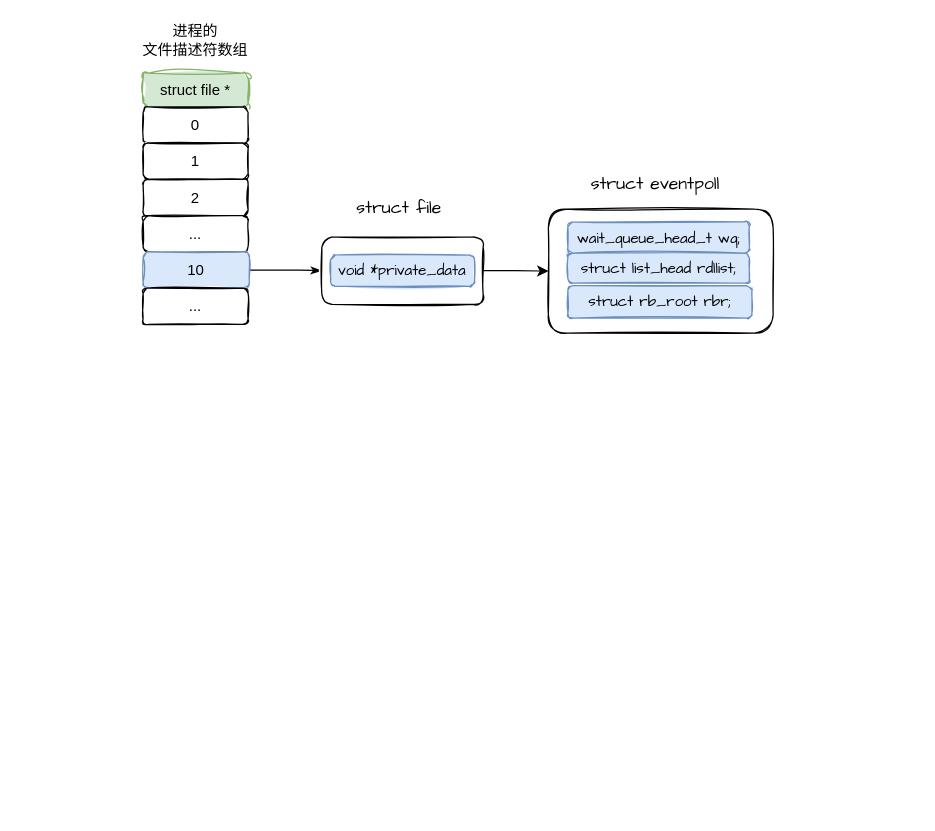
Earlier version of the draw.io diagram epoll.drawio (Fireplusplus/img). Source tidied: cells renumbered, new cells numbered last; positions are measured from the earlier drawing's top-left corner, leaving out a move shared by most shapes. Both pictures are drawn from the tidied source at 125%, with x=0, y=0 at pixel (131, 21).
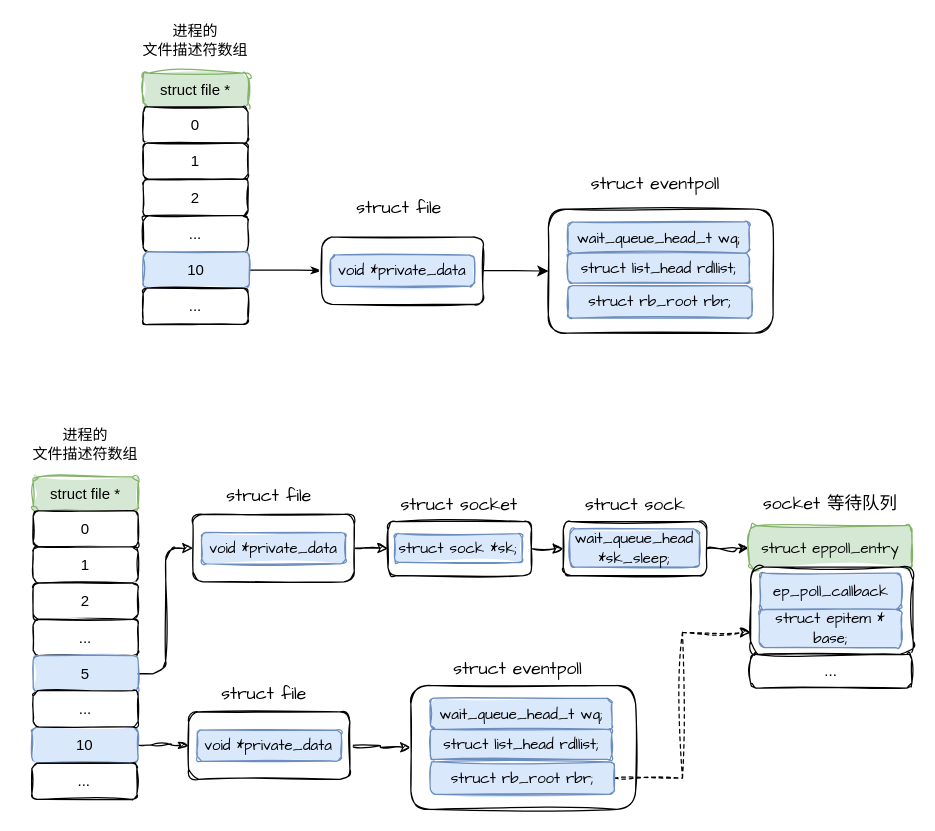
Above is the later version.

Change to the diagram source:
```diff
@@
+    <mxCell id="20" value="struct file *" style="rounded=1;whiteSpace=wrap;html=1;strokeWidth=1;fillWeight=4;hachureGap=8;hachureAngle=45;fillColor=#d5e8d4;strokeColor=#82b366;shadow=0;textShadow=0;sketch=1;curveFitting=1;jiggle=2;glass=0;fillStyle=solid;" parent="1" vertex="1">
+      <mxGeometry x="-79" y="364" width="84" height="28" as="geometry" />
+    </mxCell>
+    <mxCell id="21" value="0" style="rounded=1;whiteSpace=wrap;html=1;strokeWidth=1;fillWeight=4;hachureGap=8;hachureAngle=45;sketch=1;" parent="1" vertex="1">
+      <mxGeometry x="-79" y="391" width="84" height="29" as="geometry" />
+    </mxCell>
+    <mxCell id="22" value="1" style="rounded=1;whiteSpace=wrap;html=1;strokeWidth=1;fillWeight=4;hachureGap=8;hachureAngle=45;sketch=1;" parent="1" vertex="1">
+      <mxGeometry x="-79" y="420" width="84" height="29" as="geometry" />
+    </mxCell>
+    <mxCell id="23" value="2" style="rounded=1;whiteSpace=wrap;html=1;strokeWidth=1;fillWeight=4;hachureGap=8;hachureAngle=45;sketch=1;" parent="1" vertex="1">
+      <mxGeometry x="-79" y="449" width="84" height="29" as="geometry" />
+    </mxCell>
+    <mxCell id="24" value="..." style="rounded=1;whiteSpace=wrap;html=1;strokeWidth=1;fillWeight=4;hachureGap=8;hachureAngle=45;sketch=1;" parent="1" vertex="1">
+      <mxGeometry x="-79" y="478" width="84" height="29" as="geometry" />
+    </mxCell>
+    <mxCell id="25" style="edgeStyle=orthogonalEdgeStyle;rounded=1;jettySize=auto;html=1;exitX=1;exitY=0.5;exitDx=0;exitDy=0;entryX=0;entryY=0.5;entryDx=0;entryDy=0;endArrow=classicThin;endFill=1;curved=0;sketch=1;curveFitting=1;jiggle=2;" parent="1" edge="1" source="26" target="30">
+      <mxGeometry relative="1" as="geometry" />
+    </mxCell>
+    <mxCell id="26" value="10" style="rounded=1;whiteSpace=wrap;html=1;strokeWidth=1;fillWeight=4;hachureGap=8;hachureAngle=45;sketch=1;fillColor=#dae8fc;strokeColor=#6c8ebf;fillStyle=solid;" parent="1" vertex="1">
+      <mxGeometry x="-80" y="564" width="85" height="29" as="geometry" />
+    </mxCell>
+    <mxCell id="27" value="..." style="rounded=1;whiteSpace=wrap;html=1;strokeWidth=1;fillWeight=4;hachureGap=8;hachureAngle=45;sketch=1;" parent="1" vertex="1">
+      <mxGeometry x="-80" y="593" width="84" height="29" as="geometry" />
+    </mxCell>
+    <mxCell id="28" value="进程的&lt;div&gt;文件描述符数组&lt;/div&gt;" style="text;html=1;align=center;verticalAlign=middle;whiteSpace=wrap;rounded=0;" parent="1" vertex="1">
+      <mxGeometry x="-88" y="323" width="102" height="29" as="geometry" />
+    </mxCell>
+    <mxCell id="29" style="edgeStyle=orthogonalEdgeStyle;rounded=0;jettySize=auto;html=1;entryX=0;entryY=0.5;entryDx=0;entryDy=0;sketch=1;curveFitting=1;jiggle=2;" parent="1" edge="1" source="30" target="33">
+      <mxGeometry relative="1" as="geometry" />
+    </mxCell>
+    <mxCell id="30" style="rounded=1;whiteSpace=wrap;html=1;strokeWidth=1;fillWeight=4;hachureGap=8;hachureAngle=45;sketch=1;fillStyle=solid;" parent="1" vertex="1">
+      <mxGeometry x="45.4" y="552" width="129" height="54" as="geometry" />
+    </mxCell>
+    <mxCell id="31" value="&lt;font style=&quot;font-size: 14px;&quot; face=&quot;Comic Sans MS&quot;&gt;struct file&lt;/font&gt;" style="text;html=1;align=center;verticalAlign=middle;whiteSpace=wrap;rounded=0;" parent="1" vertex="1">
+      <mxGeometry x="55.4" y="523" width="102" height="29" as="geometry" />
+    </mxCell>
+    <mxCell id="32" value="&lt;font face=&quot;Comic Sans MS&quot;&gt;void *private_data&lt;/font&gt;" style="rounded=1;whiteSpace=wrap;html=1;strokeWidth=1;fillWeight=4;hachureGap=8;hachureAngle=45;sketch=1;fillColor=#dae8fc;strokeColor=#6c8ebf;fillStyle=solid;" parent="1" vertex="1">
+      <mxGeometry x="52.3" y="566.5" width="115.2" height="25" as="geometry" />
+    </mxCell>
+    <mxCell id="33" style="rounded=1;whiteSpace=wrap;html=1;strokeWidth=1;fillWeight=4;hachureGap=8;hachureAngle=45;sketch=1;fillStyle=solid;" parent="1" vertex="1">
+      <mxGeometry x="223.2" y="530.8" width="179.8" height="99.2" as="geometry" />
+    </mxCell>
+    <mxCell id="34" value="&lt;font style=&quot;font-size: 14px;&quot; face=&quot;Comic Sans MS&quot;&gt;struct eventpoll&lt;/font&gt;" style="text;html=1;align=center;verticalAlign=middle;whiteSpace=wrap;rounded=0;" parent="1" vertex="1">
+      <mxGeometry x="226" y="504.8" width="165.8" height="26" as="geometry" />
+    </mxCell>
+    <mxCell id="35" style="edgeStyle=orthogonalEdgeStyle;rounded=0;jettySize=auto;html=1;exitX=1;exitY=0.5;exitDx=0;exitDy=0;entryX=0;entryY=0.75;entryDx=0;entryDy=0;dashed=1;sketch=1;curveFitting=1;jiggle=2;" parent="1" edge="1" source="36" target="56">
+      <mxGeometry relative="1" as="geometry" />
+    </mxCell>
+    <mxCell id="36" value="&lt;font face=&quot;Comic Sans MS&quot;&gt;struct rb_root rbr;&lt;/font&gt;" style="rounded=1;whiteSpace=wrap;html=1;strokeWidth=1;fillWeight=4;hachureGap=8;hachureAngle=45;sketch=1;fillColor=#dae8fc;strokeColor=#6c8ebf;fillStyle=solid;" parent="1" vertex="1">
+      <mxGeometry x="238.8" y="592" width="147.2" height="26" as="geometry" />
+    </mxCell>
+    <mxCell id="37" value="&lt;font face=&quot;Comic Sans MS&quot;&gt;struct list_head rdllist;&lt;/font&gt;" style="rounded=1;whiteSpace=wrap;html=1;strokeWidth=1;fillWeight=4;hachureGap=8;hachureAngle=45;sketch=1;fillColor=#dae8fc;strokeColor=#6c8ebf;fillStyle=solid;" parent="1" vertex="1">
+      <mxGeometry x="238.8" y="566" width="145.2" height="24" as="geometry" />
+    </mxCell>
+    <mxCell id="38" value="&lt;font face=&quot;Comic Sans MS&quot;&gt;wait_queue_head_t wq;&lt;/font&gt;" style="rounded=1;whiteSpace=wrap;html=1;strokeWidth=1;fillWeight=4;hachureGap=8;hachureAngle=45;sketch=1;fillColor=#dae8fc;strokeColor=#6c8ebf;fillStyle=solid;" parent="1" vertex="1">
+      <mxGeometry x="238.8" y="541" width="145.2" height="25" as="geometry" />
+    </mxCell>
+    <mxCell id="39" style="edgeStyle=orthogonalEdgeStyle;rounded=1;jettySize=auto;html=1;entryX=0;entryY=0.5;entryDx=0;entryDy=0;exitX=1;exitY=0.5;exitDx=0;exitDy=0;curved=0;sketch=1;curveFitting=1;jiggle=2;" parent="1" edge="1" source="40" target="43">
+      <mxGeometry relative="1" as="geometry" />
+    </mxCell>
+    <mxCell id="40" style="rounded=1;whiteSpace=wrap;html=1;strokeWidth=1;fillWeight=4;hachureGap=8;hachureAngle=45;sketch=1;fillStyle=solid;" parent="1" vertex="1">
+      <mxGeometry x="48.9" y="394" width="129" height="54" as="geometry" />
+    </mxCell>
+    <mxCell id="41" value="&lt;font style=&quot;font-size: 14px;&quot; face=&quot;Comic Sans MS&quot;&gt;struct file&lt;/font&gt;" style="text;html=1;align=center;verticalAlign=middle;whiteSpace=wrap;rounded=0;" parent="1" vertex="1">
+      <mxGeometry x="58.9" y="365" width="102" height="29" as="geometry" />
+    </mxCell>
+    <mxCell id="42" value="&lt;font face=&quot;Comic Sans MS&quot;&gt;void *private_data&lt;/font&gt;" style="rounded=1;whiteSpace=wrap;html=1;strokeWidth=1;fillWeight=4;hachureGap=8;hachureAngle=45;sketch=1;fillColor=#dae8fc;strokeColor=#6c8ebf;fillStyle=solid;" parent="1" vertex="1">
+      <mxGeometry x="55.8" y="408.5" width="115.2" height="25" as="geometry" />
+    </mxCell>
+    <mxCell id="43" style="rounded=1;whiteSpace=wrap;html=1;strokeWidth=1;fillWeight=4;hachureGap=8;hachureAngle=45;sketch=1;fillStyle=solid;" parent="1" vertex="1">
+      <mxGeometry x="204.9" y="399.8" width="114.8" height="43.2" as="geometry" />
+    </mxCell>
+    <mxCell id="44" value="&lt;font style=&quot;font-size: 14px;&quot; face=&quot;Comic Sans MS&quot;&gt;struct socket&lt;/font&gt;" style="text;html=1;align=center;verticalAlign=middle;whiteSpace=wrap;rounded=0;" parent="1" vertex="1">
+      <mxGeometry x="179.4" y="373.8" width="165.8" height="26" as="geometry" />
+    </mxCell>
+    <mxCell id="45" value="&lt;font face=&quot;Comic Sans MS&quot;&gt;struct sock *sk;&lt;/font&gt;" style="rounded=1;whiteSpace=wrap;html=1;strokeWidth=1;fillWeight=4;hachureGap=8;hachureAngle=45;sketch=1;fillColor=#dae8fc;strokeColor=#6c8ebf;fillStyle=solid;" parent="1" vertex="1">
+      <mxGeometry x="210.1" y="409.4" width="102.1" height="23" as="geometry" />
+    </mxCell>
+    <mxCell id="46" style="edgeStyle=orthogonalEdgeStyle;rounded=1;jettySize=auto;html=1;exitX=1;exitY=0.5;exitDx=0;exitDy=0;entryX=0;entryY=0.5;entryDx=0;entryDy=0;curved=0;sketch=1;curveFitting=1;jiggle=2;" parent="1" edge="1" source="47" target="40">
+      <mxGeometry relative="1" as="geometry" />
+    </mxCell>
+    <mxCell id="47" value="5" style="rounded=1;whiteSpace=wrap;html=1;strokeWidth=1;fillWeight=4;hachureGap=8;hachureAngle=45;sketch=1;fillColor=#dae8fc;strokeColor=#6c8ebf;fillStyle=solid;" parent="1" vertex="1">
+      <mxGeometry x="-79" y="507" width="84" height="29" as="geometry" />
+    </mxCell>
+    <mxCell id="48" value="..." style="rounded=1;whiteSpace=wrap;html=1;strokeWidth=1;fillWeight=4;hachureGap=8;hachureAngle=45;sketch=1;" parent="1" vertex="1">
+      <mxGeometry x="-79" y="535" width="84" height="29" as="geometry" />
+    </mxCell>
+    <mxCell id="49" style="edgeStyle=orthogonalEdgeStyle;rounded=1;jettySize=auto;html=1;entryX=0;entryY=0.5;entryDx=0;entryDy=0;exitX=1;exitY=0.5;exitDx=0;exitDy=0;curved=0;sketch=1;curveFitting=1;jiggle=2;" parent="1" edge="1" source="43" target="51">
+      <mxGeometry relative="1" as="geometry" />
+    </mxCell>
+    <mxCell id="50" style="edgeStyle=orthogonalEdgeStyle;rounded=1;jettySize=auto;html=1;exitX=1;exitY=0.5;exitDx=0;exitDy=0;curved=0;sketch=1;curveFitting=1;jiggle=2;" parent="1" edge="1" source="51" target="54">
+      <mxGeometry relative="1" as="geometry" />
+    </mxCell>
+    <mxCell id="51" style="rounded=1;whiteSpace=wrap;html=1;strokeWidth=1;fillWeight=4;hachureGap=8;hachureAngle=45;sketch=1;fillStyle=solid;" parent="1" vertex="1">
+      <mxGeometry x="345.1" y="399.8" width="114.8" height="43.2" as="geometry" />
+    </mxCell>
+    <mxCell id="52" value="&lt;font style=&quot;font-size: 14px;&quot; face=&quot;Comic Sans MS&quot;&gt;struct sock&lt;/font&gt;" style="text;html=1;align=center;verticalAlign=middle;whiteSpace=wrap;rounded=0;" parent="1" vertex="1">
+      <mxGeometry x="319.6" y="373.8" width="165.8" height="26" as="geometry" />
+    </mxCell>
+    <mxCell id="53" value="&lt;font face=&quot;Comic Sans MS&quot;&gt;wait_queue_head *sk_sleep;&lt;/font&gt;" style="rounded=1;whiteSpace=wrap;html=1;strokeWidth=1;fillWeight=4;hachureGap=8;hachureAngle=45;sketch=1;fillColor=#dae8fc;strokeColor=#6c8ebf;fillStyle=solid;" parent="1" vertex="1">
+      <mxGeometry x="350.4" y="405.6" width="103.6" height="30.6" as="geometry" />
+    </mxCell>
+    <mxCell id="54" value="&lt;font face=&quot;Comic Sans MS&quot;&gt;struct eppoll_entry&lt;/font&gt;" style="rounded=1;whiteSpace=wrap;html=1;strokeWidth=1;fillWeight=4;hachureGap=8;hachureAngle=45;fillColor=#d5e8d4;strokeColor=#82b366;shadow=0;textShadow=0;sketch=1;curveFitting=1;jiggle=2;glass=0;fillStyle=solid;" parent="1" vertex="1">
+      <mxGeometry x="494" y="403" width="130" height="36" as="geometry" />
+    </mxCell>
+    <mxCell id="55" value="&lt;font style=&quot;font-size: 14px;&quot; face=&quot;Comic Sans MS&quot;&gt;socket 等待队列&lt;/font&gt;" style="text;html=1;align=center;verticalAlign=middle;whiteSpace=wrap;rounded=0;" parent="1" vertex="1">
+      <mxGeometry x="501.8" y="372.8" width="114" height="27" as="geometry" />
+    </mxCell>
+    <mxCell id="56" style="rounded=1;whiteSpace=wrap;html=1;strokeWidth=1;fillWeight=4;hachureGap=8;hachureAngle=45;shadow=0;textShadow=0;sketch=1;curveFitting=1;jiggle=2;glass=0;fillStyle=solid;" parent="1" vertex="1">
+      <mxGeometry x="495" y="436" width="130" height="70" as="geometry" />
+    </mxCell>
+    <mxCell id="57" value="&lt;font face=&quot;Comic Sans MS&quot;&gt;struct epitem * base;&lt;/font&gt;" style="rounded=1;whiteSpace=wrap;html=1;strokeWidth=1;fillWeight=4;hachureGap=8;hachureAngle=45;sketch=1;fillColor=#dae8fc;strokeColor=#6c8ebf;fillStyle=solid;" parent="1" vertex="1">
+      <mxGeometry x="501.8" y="470" width="114" height="30.6" as="geometry" />
+    </mxCell>
+    <mxCell id="58" value="&lt;span style=&quot;font-family: &amp;quot;Comic Sans MS&amp;quot;; text-wrap: nowrap;&quot;&gt;ep_poll_callback&lt;/span&gt;" style="rounded=1;whiteSpace=wrap;html=1;strokeWidth=1;fillWeight=4;hachureGap=8;hachureAngle=45;sketch=1;fillColor=#dae8fc;strokeColor=#6c8ebf;fillStyle=solid;" parent="1" vertex="1">
+      <mxGeometry x="502.5" y="441" width="113" height="29" as="geometry" />
+    </mxCell>
+    <mxCell id="59" value="..." style="rounded=1;whiteSpace=wrap;html=1;strokeWidth=1;fillWeight=4;hachureGap=8;hachureAngle=45;shadow=0;textShadow=0;sketch=1;curveFitting=1;jiggle=2;glass=0;fillStyle=solid;" parent="1" vertex="1">
+      <mxGeometry x="495" y="506" width="129" height="27" as="geometry" />
+    </mxCell>
```
